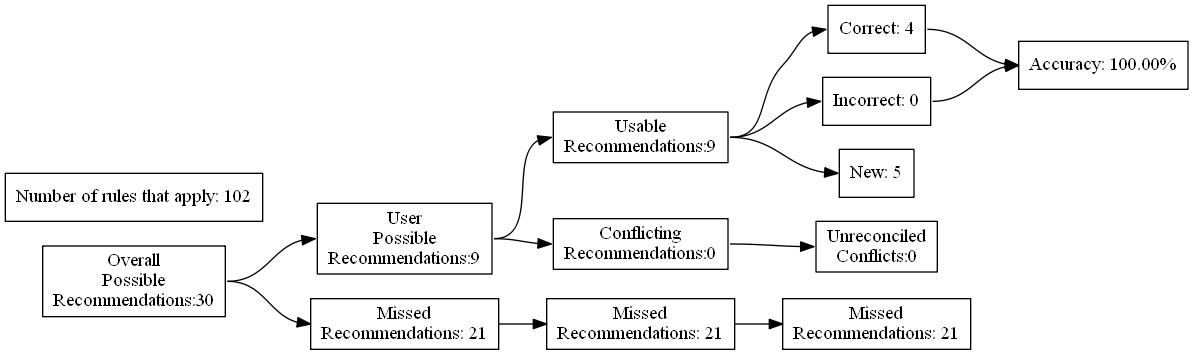
Above: test_renders/31.gv.png in ZaxR/ibd_diet_analysis (Graphviz), before the change. Its source is kept beside it as test_renders/31.gv.
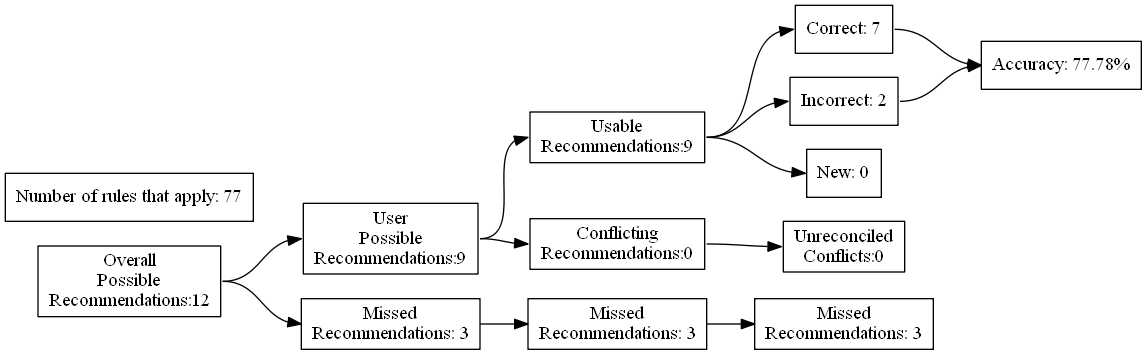
The same file after the commit.

What changed in the source:
```diff
@@ -4,27 +4,27 @@
 	edge [headport=w tailport=e]
 		A [label="Overall
 Possible
-Recommendations:30"]
+Recommendations:12"]
 		B [label="User
 Possible
 Recommendations:9"]
 		C [label="Missed
-Recommendations: 21"]
+Recommendations: 3"]
 		D [label="Usable
 Recommendations:9"]
 		E [label="Conflicting
 Recommendations:0"]
 		J [label="Missed
-Recommendations: 21"]
+Recommendations: 3"]
 		M [label="Unreconciled
 Conflicts:0"]
-		F [label="Correct: 4"]
-		G [label="Incorrect: 0"]
-		H [label="New: 5"]
+		F [label="Correct: 7"]
+		G [label="Incorrect: 2"]
+		H [label="New: 0"]
 		K [label="Missed
-Recommendations: 21"]
-		I [label="Accuracy: 100.00%"]
-		l [label="Number of rules that apply: 102"]
+Recommendations: 3"]
+		I [label="Accuracy: 77.78%"]
+		l [label="Number of rules that apply: 77"]
 			A -> B
 			A -> C
 			B -> D
```
